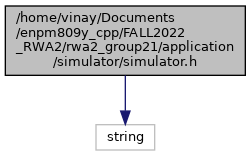
This is docs/simulator_8h__incl.png from darshit-desai/Maze-Solver-simulation-using-Wall-Following-Algorithm-OOP, a Graphviz export, as it was before one commit. Its source is kept beside it as docs/simulator_8h__incl.dot. Source of this version:
```dot
digraph "application/simulator/simulator.h"
{
  edge [fontname="Helvetica",fontsize="10",labelfontname="Helvetica",labelfontsize="10"];
  node [fontname="Helvetica",fontsize="10",shape=record];
  Node1 [label="application/simulator\l/simulator.h",height=0.2,width=0.4,color="black", fillcolor="grey75", style="filled", fontcolor="black",tooltip="Functions to control the robot and get information on the maze."];
  Node1 -> Node2 [color="midnightblue",fontsize="10",style="solid",fontname="Helvetica"];
  Node2 [label="string",height=0.2,width=0.4,color="grey75", fillcolor="white", style="filled",tooltip=" "];
}
```
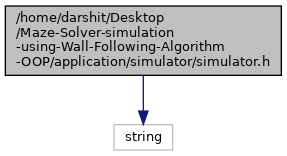
Above is the later version.

Diff of the diagram source:
```diff
@@ -1,8 +1,9 @@
-digraph "application/simulator/simulator.h"
+digraph "D:/Maze-Solver-simulation-using-Wall-Following-Algorithm-OOP/application/simulator/simulator.h"
 {
-  edge [fontname="Helvetica",fontsize="10",labelfontname="Helvetica",labelfontsize="10"];
-  node [fontname="Helvetica",fontsize="10",shape=record];
-  Node1 [label="application/simulator\l/simulator.h",height=0.2,width=0.4,color="black", fillcolor="grey75", style="filled", fontcolor="black",tooltip="Functions to control the robot and get information on the maze."];
-  Node1 -> Node2 [color="midnightblue",fontsize="10",style="solid",fontname="Helvetica"];
-  Node2 [label="string",height=0.2,width=0.4,color="grey75", fillcolor="white", style="filled",tooltip=" "];
+  bgcolor="transparent";
+  edge [fontname=Helvetica,fontsize=10,labelfontname=Helvetica,labelfontsize=10];
+  node [fontname=Helvetica,fontsize=10,shape=box,height=0.2,width=0.4];
+  Node1 [id="Node000001",label="D:/Maze-Solver-simulation\l-using-Wall-Following-Algorithm\l-OOP/application/simulator/simulator.h",height=0.2,width=0.4,color="gray40", fillcolor="grey60", style="filled", fontcolor="black",tooltip="Functions to control the robot and get information on the maze."];
+  Node1 -> Node2 [id="edge1_Node000001_Node000002",color="steelblue1",style="solid",tooltip=" "];
+  Node2 [id="Node000002",label="string",height=0.2,width=0.4,color="grey60", fillcolor="#E0E0E0", style="filled",tooltip=" "];
 }
```
